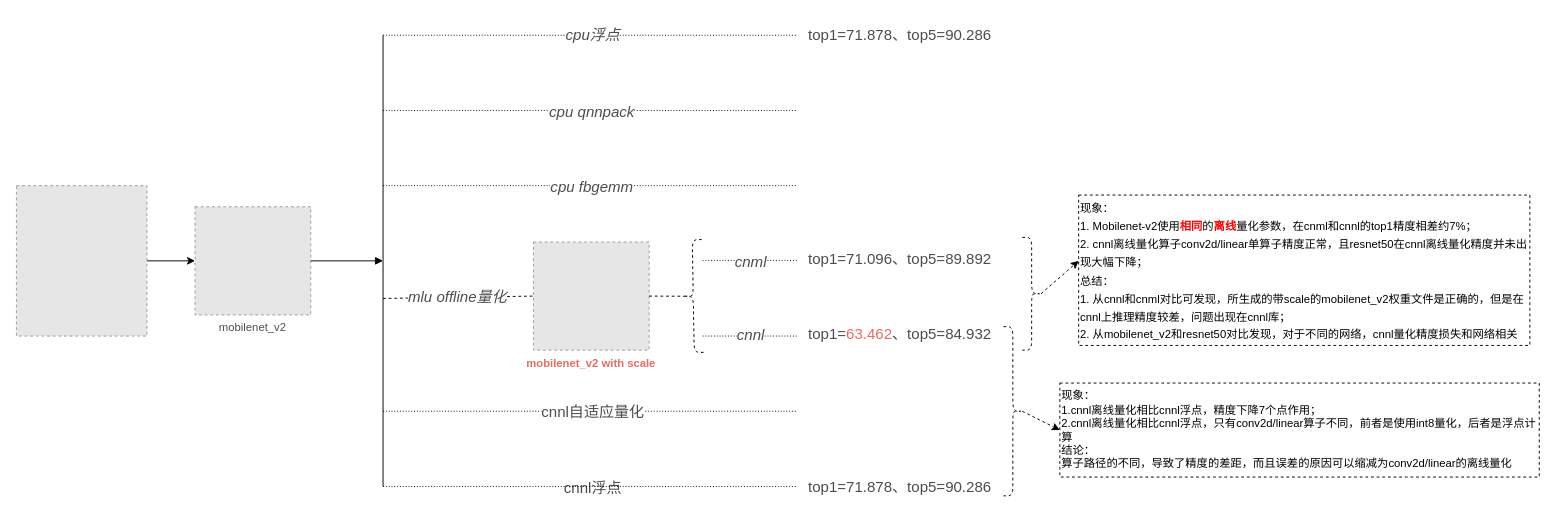
Above: torch/quantize_analysis.drawio in alanzhai219/dive_into_framework (draw.io), before the change. Source tidied: cells renumbered, new cells numbered last; positions are measured from the earlier drawing's top-left corner, leaving out a move shared by most shapes. Both pictures are drawn from the tidied source at 94%, with x=0, y=0 at pixel (16, 16). Pictures stored in the file or linked from it are replaced by grey dashed boxes.
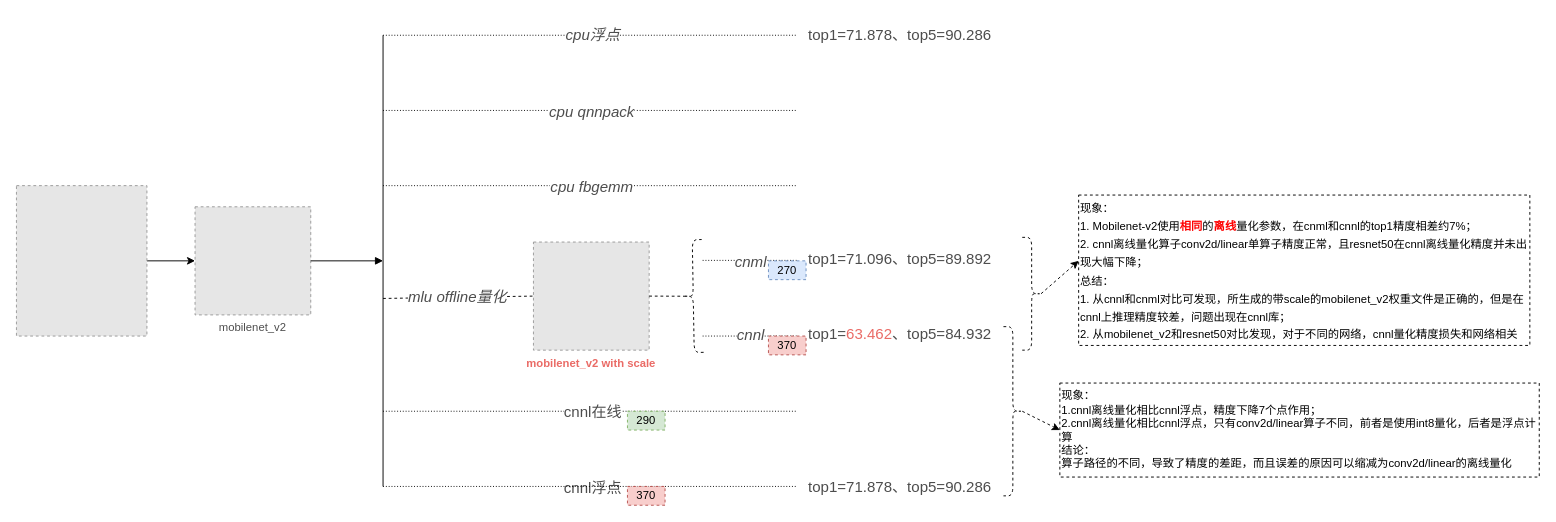
After the change.

Unchanged cells that the change refers to:
```xml
<mxCell id="17" style="endArrow=none;html=1;rounded=0;fontColor=#4D4D4D;dashed=1;dashPattern=1 2;" parent="1" edge="1">
  <mxGeometry relative="1" as="geometry">
    <mxPoint x="390" y="500" as="sourcePoint" />
    <mxPoint x="830" y="500" as="targetPoint" />
  </mxGeometry>
</mxCell>
```

Change to the diagram source:
```diff
@@
-    <mxCell id="18" value="&lt;font style=&quot;font-size: 16px&quot;&gt;cnnl自适应量化&lt;/font&gt;" style="edgeLabel;html=1;align=center;verticalAlign=middle;fontColor=#4D4D4D;" parent="17" vertex="1">
+    <mxCell id="18" value="&lt;font style=&quot;font-size: 16px&quot;&gt;cnnl在线&lt;/font&gt;" style="edgeLabel;html=1;align=center;verticalAlign=middle;fontColor=#4D4D4D;" parent="17" vertex="1">
       <mxGeometry x="0.3" y="1" relative="1" as="geometry">
         <mxPoint x="-64" y="-79" as="offset" />
       </mxGeometry>
     </mxCell>
@@
+    <mxCell id="36" value="290" style="text;html=1;strokeColor=#82b366;fillColor=#d5e8d4;align=center;verticalAlign=middle;whiteSpace=wrap;rounded=0;dashed=1;fontSize=12;" parent="1" vertex="1">
+      <mxGeometry x="650" y="420" width="40" height="20" as="geometry" />
+    </mxCell>
+    <mxCell id="37" value="370" style="text;html=1;strokeColor=#b85450;fillColor=#f8cecc;align=center;verticalAlign=middle;whiteSpace=wrap;rounded=0;dashed=1;fontSize=12;" parent="1" vertex="1">
+      <mxGeometry x="650" y="500" width="40" height="20" as="geometry" />
+    </mxCell>
+    <mxCell id="38" value="370" style="text;html=1;strokeColor=#b85450;fillColor=#f8cecc;align=center;verticalAlign=middle;whiteSpace=wrap;rounded=0;dashed=1;fontSize=12;" parent="1" vertex="1">
+      <mxGeometry x="800" y="340" width="40" height="20" as="geometry" />
+    </mxCell>
+    <mxCell id="39" value="270" style="text;html=1;strokeColor=#6c8ebf;fillColor=#dae8fc;align=center;verticalAlign=middle;whiteSpace=wrap;rounded=0;dashed=1;fontSize=12;" parent="1" vertex="1">
+      <mxGeometry x="800" y="260" width="40" height="20" as="geometry" />
+    </mxCell>
```
